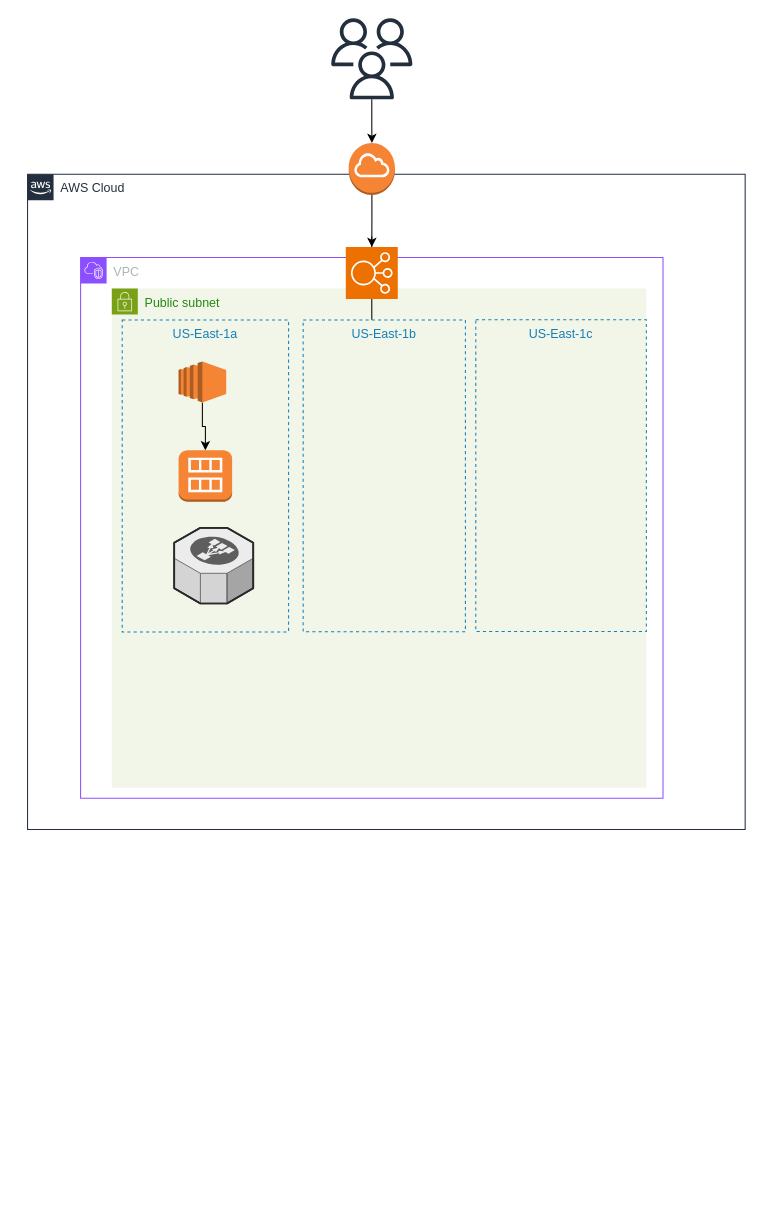
The draw.io diagram Untitled Diagram.drawio in LauraMurr/Devops_assignment1, before the edit. Source tidied: cells renumbered, new cells numbered last; positions are measured from the earlier drawing's top-left corner, leaving out a move shared by most shapes. Both pictures are drawn from the tidied source at 104%, with x=0, y=0 at pixel (27, 18).
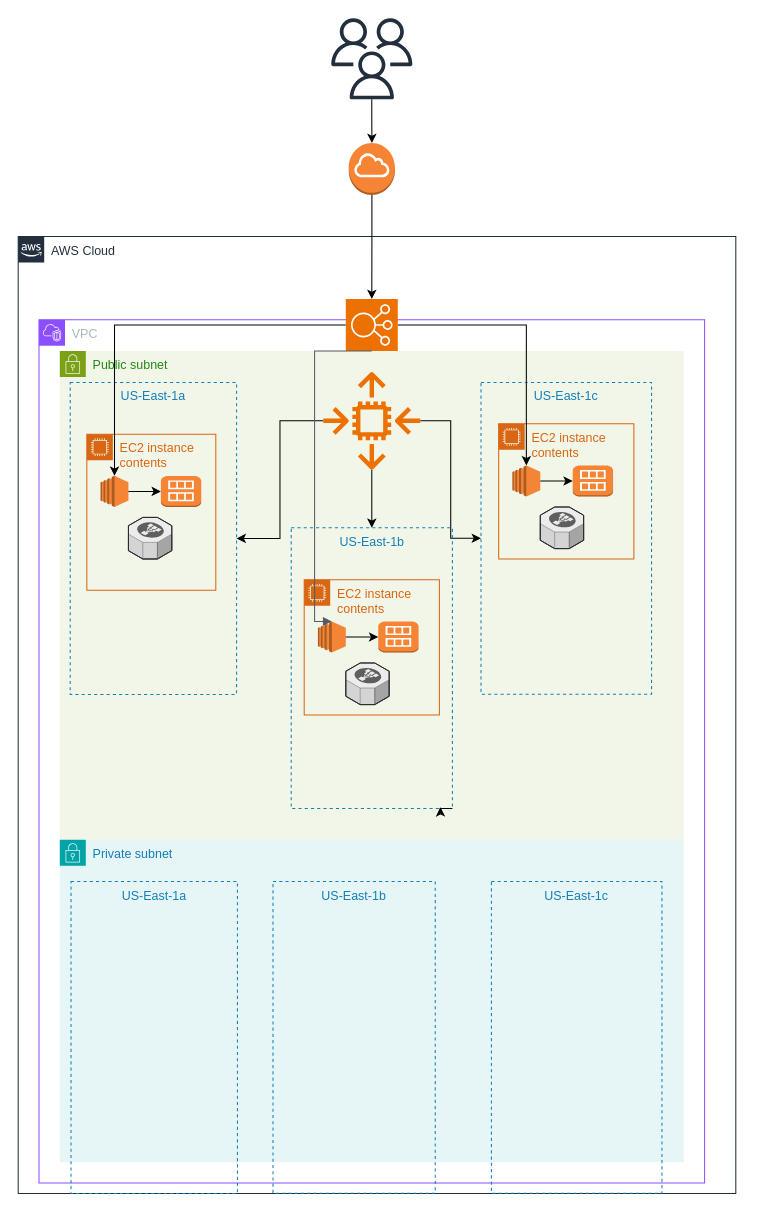
Above is the later version.

Unchanged cells that the change refers to:
```xml
<mxCell id="6" value="US-East-1a" style="fillColor=none;strokeColor=#147EBA;dashed=1;verticalAlign=top;fontStyle=0;fontColor=#147EBA;whiteSpace=wrap;html=1;" parent="4" vertex="1">
  <mxGeometry x="10" y="30.2" width="160" height="300" as="geometry" />
</mxCell>
```

What changed in the source:
```diff
@@
     <mxCell id="2" value="AWS Cloud" style="gradientColor=none;html=1;whiteSpace=wrap;fontSize=12;fontStyle=0;shape=mxgraph.aws4.group;grIcon=mxgraph.aws4.group_aws_cloud_alt;strokeColor=#232F3E;fillColor=none;verticalAlign=top;align=left;spacingLeft=30;fontColor=#232F3E;dashed=0;" parent="1" vertex="1">
-      <mxGeometry y="150" width="690" height="630" as="geometry" />
+      <mxGeometry x="-9" y="210" width="690" height="920" as="geometry" />
     </mxCell>
     <mxCell id="3" value="VPC" style="points=[[0,0],[0.25,0],[0.5,0],[0.75,0],[1,0],[1,0.25],[1,0.5],[1,0.75],[1,1],[0.75,1],[0.5,1],[0.25,1],[0,1],[0,0.75],[0,0.5],[0,0.25]];outlineConnect=0;gradientColor=none;html=1;whiteSpace=wrap;fontSize=12;fontStyle=0;shape=mxgraph.aws4.group;grIcon=mxgraph.aws4.group_vpc2;strokeColor=#8C4FFF;fillColor=none;verticalAlign=top;align=left;spacingLeft=30;fontColor=#AAB7B8;dashed=0;" parent="2" vertex="1">
-      <mxGeometry x="51" y="80" width="560" height="520" as="geometry" />
+      <mxGeometry x="20" y="80" width="640" height="830" as="geometry" />
     </mxCell>
     <mxCell id="4" value="Public subnet" style="points=[[0,0],[0.25,0],[0.5,0],[0.75,0],[1,0],[1,0.25],[1,0.5],[1,0.75],[1,1],[0.75,1],[0.5,1],[0.25,1],[0,1],[0,0.75],[0,0.5],[0,0.25]];outlineConnect=0;gradientColor=none;html=1;whiteSpace=wrap;fontSize=12;fontStyle=0;shape=mxgraph.aws4.group;grIcon=mxgraph.aws4.group_security_group;grStroke=0;strokeColor=#7AA116;fillColor=#F2F6E8;verticalAlign=top;align=left;spacingLeft=30;fontColor=#248814;dashed=0;" parent="3" vertex="1">
-      <mxGeometry x="30" y="30" width="514" height="480" as="geometry" />
+      <mxGeometry x="20" y="30" width="600" height="470" as="geometry" />
     </mxCell>
-    <mxCell id="5" value="US-East-1b" style="fillColor=none;strokeColor=#147EBA;dashed=1;verticalAlign=top;fontStyle=0;fontColor=#147EBA;whiteSpace=wrap;html=1;" parent="4" vertex="1">
-      <mxGeometry x="184" y="30.2" width="156" height="299.8" as="geometry" />
-    </mxCell>
@@
     <mxCell id="7" value="US-East-1c" style="fillColor=none;strokeColor=#147EBA;dashed=1;verticalAlign=top;fontStyle=0;fontColor=#147EBA;whiteSpace=wrap;html=1;" parent="4" vertex="1">
-      <mxGeometry x="350" y="30" width="164" height="299.8" as="geometry" />
+      <mxGeometry x="405" y="30.2" width="164" height="299.8" as="geometry" />
     </mxCell>
+    <mxCell id="18" value="EC2 instance contents" style="gradientColor=none;html=1;whiteSpace=wrap;fontSize=12;fontStyle=0;shape=mxgraph.aws4.group;grIcon=mxgraph.aws4.group_ec2_instance_contents;strokeColor=#D86613;fillColor=none;verticalAlign=top;align=left;spacingLeft=30;fontColor=#D86613;dashed=0;" parent="4" vertex="1">
+      <mxGeometry x="26" y="80" width="124" height="150" as="geometry" />
+    </mxCell>
+    <mxCell id="10" style="outlineConnect=0;dashed=0;verticalLabelPosition=bottom;verticalAlign=top;align=center;html=1;shape=mxgraph.aws3.ec2;fillColor=#F58534;gradientColor=none;" parent="18" vertex="1">
+      <mxGeometry x="13.2" y="40" width="26.8" height="30" as="geometry" />
+    </mxCell>
-    <mxCell id="8" style="outlineConnect=0;dashed=0;verticalLabelPosition=bottom;verticalAlign=top;align=center;html=1;shape=mxgraph.aws3.ami;fillColor=#F58534;gradientColor=none;" parent="4" vertex="1">
-      <mxGeometry x="64.2" y="155.5" width="51.5" height="49.5" as="geometry" />
+    <mxCell id="8" style="outlineConnect=0;dashed=0;verticalLabelPosition=bottom;verticalAlign=top;align=center;html=1;shape=mxgraph.aws3.ami;fillColor=#F58534;gradientColor=none;" parent="18" vertex="1">
+      <mxGeometry x="71.2" y="40.2" width="38.8" height="29.8" as="geometry" />
     </mxCell>
-    <mxCell id="9" style="edgeStyle=orthogonalEdgeStyle;rounded=0;jettySize=auto;html=1;" parent="4" edge="1" source="10" target="8">
+    <mxCell id="9" style="edgeStyle=orthogonalEdgeStyle;rounded=0;jettySize=auto;html=1;" parent="18" edge="1" source="10" target="8">
       <mxGeometry relative="1" as="geometry" />
     </mxCell>
-    <mxCell id="10" style="outlineConnect=0;dashed=0;verticalLabelPosition=bottom;verticalAlign=top;align=center;html=1;shape=mxgraph.aws3.ec2;fillColor=#F58534;gradientColor=none;" parent="4" vertex="1">
-      <mxGeometry x="64.2" y="70" width="45.8" height="39.5" as="geometry" />
-    </mxCell>
-    <mxCell id="11" style="verticalLabelPosition=bottom;html=1;verticalAlign=top;strokeWidth=1;align=center;dashed=0;shape=mxgraph.aws3d.elasticLoadBalancing;fillColor=#ECECEC;strokeColor=#5E5E5E;" parent="4" vertex="1">
-      <mxGeometry x="60" y="230" width="76" height="72.8" as="geometry" />
+    <mxCell id="11" style="verticalLabelPosition=bottom;html=1;verticalAlign=top;strokeWidth=1;align=center;dashed=0;shape=mxgraph.aws3d.elasticLoadBalancing;fillColor=#ECECEC;strokeColor=#5E5E5E;" parent="18" vertex="1">
+      <mxGeometry x="40" y="80" width="41.7" height="40" as="geometry" />
     </mxCell>
-    <mxCell id="12" style="edgeStyle=orthogonalEdgeStyle;rounded=0;jettySize=auto;html=1;" parent="1" edge="1" source="17" target="3">
-      <mxGeometry relative="1" as="geometry" />
-    </mxCell>
+    <mxCell id="19" value="EC2 instance contents" style="gradientColor=none;html=1;whiteSpace=wrap;fontSize=12;fontStyle=0;shape=mxgraph.aws4.group;grIcon=mxgraph.aws4.group_ec2_instance_contents;strokeColor=#D86613;fillColor=none;verticalAlign=top;align=left;spacingLeft=30;fontColor=#D86613;dashed=0;" parent="4" vertex="1">
+      <mxGeometry x="422" y="70" width="130" height="130" as="geometry" />
+    </mxCell>
+    <mxCell id="20" style="outlineConnect=0;dashed=0;verticalLabelPosition=bottom;verticalAlign=top;align=center;html=1;shape=mxgraph.aws3.ec2;fillColor=#F58534;gradientColor=none;" parent="19" vertex="1">
+      <mxGeometry x="13.2" y="40" width="26.8" height="30" as="geometry" />
+    </mxCell>
+    <mxCell id="21" style="outlineConnect=0;dashed=0;verticalLabelPosition=bottom;verticalAlign=top;align=center;html=1;shape=mxgraph.aws3.ami;fillColor=#F58534;gradientColor=none;" parent="19" vertex="1">
+      <mxGeometry x="71.2" y="40.2" width="38.8" height="29.8" as="geometry" />
+    </mxCell>
+    <mxCell id="22" style="edgeStyle=orthogonalEdgeStyle;rounded=0;jettySize=auto;html=1;" parent="19" edge="1" source="20" target="21">
+      <mxGeometry relative="1" as="geometry" />
+    </mxCell>
+    <mxCell id="23" style="verticalLabelPosition=bottom;html=1;verticalAlign=top;strokeWidth=1;align=center;dashed=0;shape=mxgraph.aws3d.elasticLoadBalancing;fillColor=#ECECEC;strokeColor=#5E5E5E;" parent="19" vertex="1">
+      <mxGeometry x="40" y="80" width="41.7" height="40" as="geometry" />
+    </mxCell>
+    <mxCell id="24" style="edgeStyle=orthogonalEdgeStyle;rounded=0;jettySize=auto;html=1;" parent="4" edge="1" source="27" target="6">
+      <mxGeometry relative="1" as="geometry" />
+    </mxCell>
+    <mxCell id="25" style="edgeStyle=orthogonalEdgeStyle;rounded=0;jettySize=auto;html=1;" parent="4" edge="1" source="27" target="7">
+      <mxGeometry relative="1" as="geometry" />
+    </mxCell>
+    <mxCell id="26" style="edgeStyle=orthogonalEdgeStyle;rounded=0;jettySize=auto;html=1;" parent="4" edge="1" source="27" target="5">
+      <mxGeometry relative="1" as="geometry" />
+    </mxCell>
+    <mxCell id="27" style="sketch=0;outlineConnect=0;fontColor=#232F3E;gradientColor=none;fillColor=#ED7100;strokeColor=none;dashed=0;verticalLabelPosition=bottom;verticalAlign=top;align=center;html=1;fontSize=12;fontStyle=0;shape=mxgraph.aws4.auto_scaling2;" parent="4" vertex="1">
+      <mxGeometry x="253" y="20" width="94" height="94" as="geometry" />
+    </mxCell>
+    <mxCell id="5" value="US-East-1b" style="fillColor=none;strokeColor=#147EBA;dashed=1;verticalAlign=top;fontStyle=0;fontColor=#147EBA;whiteSpace=wrap;html=1;" parent="4" vertex="1">
+      <mxGeometry x="222.5" y="170" width="155" height="270" as="geometry" />
+    </mxCell>
+    <mxCell id="28" style="edgeStyle=orthogonalEdgeStyle;rounded=0;orthogonalLoop=1;jettySize=auto;html=1;exitX=1;exitY=1;exitDx=0;exitDy=0;entryX=0.925;entryY=0.995;entryDx=0;entryDy=0;entryPerimeter=0;" parent="4" edge="1" source="5" target="5">
+      <mxGeometry relative="1" as="geometry" />
+    </mxCell>
+    <mxCell id="29" value="EC2 instance contents" style="gradientColor=none;html=1;whiteSpace=wrap;fontSize=12;fontStyle=0;shape=mxgraph.aws4.group;grIcon=mxgraph.aws4.group_ec2_instance_contents;strokeColor=#D86613;fillColor=none;verticalAlign=top;align=left;spacingLeft=30;fontColor=#D86613;dashed=0;" parent="4" vertex="1">
+      <mxGeometry x="235" y="220" width="130" height="130" as="geometry" />
+    </mxCell>
+    <mxCell id="30" style="outlineConnect=0;dashed=0;verticalLabelPosition=bottom;verticalAlign=top;align=center;html=1;shape=mxgraph.aws3.ec2;fillColor=#F58534;gradientColor=none;" parent="29" vertex="1">
+      <mxGeometry x="13.2" y="40" width="26.8" height="30" as="geometry" />
+    </mxCell>
+    <mxCell id="31" style="outlineConnect=0;dashed=0;verticalLabelPosition=bottom;verticalAlign=top;align=center;html=1;shape=mxgraph.aws3.ami;fillColor=#F58534;gradientColor=none;" parent="29" vertex="1">
+      <mxGeometry x="71.2" y="40.2" width="38.8" height="29.8" as="geometry" />
+    </mxCell>
+    <mxCell id="32" style="edgeStyle=orthogonalEdgeStyle;rounded=0;jettySize=auto;html=1;" parent="29" edge="1" source="30" target="31">
+      <mxGeometry relative="1" as="geometry" />
+    </mxCell>
+    <mxCell id="33" style="verticalLabelPosition=bottom;html=1;verticalAlign=top;strokeWidth=1;align=center;dashed=0;shape=mxgraph.aws3d.elasticLoadBalancing;fillColor=#ECECEC;strokeColor=#5E5E5E;" parent="29" vertex="1">
+      <mxGeometry x="40" y="80" width="41.7" height="40" as="geometry" />
+    </mxCell>
+    <mxCell id="34" style="edgeStyle=orthogonalEdgeStyle;rounded=0;jettySize=auto;html=1;entryX=0.5;entryY=0;entryDx=0;entryDy=0;entryPerimeter=0;" parent="3" edge="1" source="17" target="10">
+      <mxGeometry relative="1" as="geometry" />
+    </mxCell>
+    <mxCell id="35" style="edgeStyle=orthogonalEdgeStyle;rounded=0;jettySize=auto;html=1;entryX=0.5;entryY=0;entryDx=0;entryDy=0;entryPerimeter=0;" parent="3" edge="1" source="17" target="20">
+      <mxGeometry relative="1" as="geometry">
+        <Array as="points">
+          <mxPoint x="469" y="5" />
+        </Array>
+      </mxGeometry>
+    </mxCell>
+    <mxCell id="36" style="edgeStyle=orthogonalEdgeStyle;rounded=0;jettySize=auto;html=1;" parent="3" edge="1" source="17" target="4">
+      <mxGeometry relative="1" as="geometry">
+        <Array as="points">
+          <mxPoint x="285" y="60" />
+          <mxPoint x="285" y="60" />
+        </Array>
+      </mxGeometry>
+    </mxCell>
+    <mxCell id="17" style="sketch=0;points=[[0,0,0],[0.25,0,0],[0.5,0,0],[0.75,0,0],[1,0,0],[0,1,0],[0.25,1,0],[0.5,1,0],[0.75,1,0],[1,1,0],[0,0.25,0],[0,0.5,0],[0,0.75,0],[1,0.25,0],[1,0.5,0],[1,0.75,0]];outlineConnect=0;fontColor=#232F3E;fillColor=#ED7100;strokeColor=#ffffff;dashed=0;verticalLabelPosition=bottom;verticalAlign=top;align=center;html=1;fontSize=12;fontStyle=0;shape=mxgraph.aws4.resourceIcon;resIcon=mxgraph.aws4.elastic_load_balancing;" parent="3" vertex="1">
+      <mxGeometry x="295" y="-20" width="50" height="50" as="geometry" />
+    </mxCell>
+    <mxCell id="37" value="Private subnet" style="gradientColor=none;html=1;whiteSpace=wrap;fontSize=12;fontStyle=0;shape=mxgraph.aws4.group;grIcon=mxgraph.aws4.group_security_group;grStroke=0;strokeColor=#00A4A6;fillColor=#E6F6F7;verticalAlign=top;align=left;spacingLeft=30;fontColor=#147EBA;dashed=0;" parent="3" vertex="1">
+      <mxGeometry x="20" y="500" width="600" height="310" as="geometry" />
+    </mxCell>
+    <mxCell id="38" value="US-East-1a" style="fillColor=none;strokeColor=#147EBA;dashed=1;verticalAlign=top;fontStyle=0;fontColor=#147EBA;whiteSpace=wrap;html=1;" parent="37" vertex="1">
+      <mxGeometry x="10.8" y="40" width="160" height="300" as="geometry" />
+    </mxCell>
+    <mxCell id="39" value="US-East-1b" style="fillColor=none;strokeColor=#147EBA;dashed=1;verticalAlign=top;fontStyle=0;fontColor=#147EBA;whiteSpace=wrap;html=1;" parent="37" vertex="1">
+      <mxGeometry x="205" y="40" width="156" height="299.8" as="geometry" />
+    </mxCell>
+    <mxCell id="40" value="US-East-1c" style="fillColor=none;strokeColor=#147EBA;dashed=1;verticalAlign=top;fontStyle=0;fontColor=#147EBA;whiteSpace=wrap;html=1;" parent="37" vertex="1">
+      <mxGeometry x="415" y="40" width="164" height="299.8" as="geometry" />
+    </mxCell>
+    <mxCell id="41" style="edgeStyle=orthogonalEdgeStyle;html=1;endArrow=none;elbow=vertical;startArrow=block;startFill=1;strokeColor=#545B64;rounded=0;entryX=0.5;entryY=1;entryDx=0;entryDy=0;entryPerimeter=0;exitX=0.5;exitY=0;exitDx=0;exitDy=0;exitPerimeter=0;" parent="3" edge="1" source="30" target="17">
+      <mxGeometry relative="1" as="geometry">
+        <Array as="points">
+          <mxPoint x="265" y="290" />
+          <mxPoint x="265" y="30" />
+        </Array>
+      </mxGeometry>
+    </mxCell>
@@
-    <mxCell id="17" style="sketch=0;points=[[0,0,0],[0.25,0,0],[0.5,0,0],[0.75,0,0],[1,0,0],[0,1,0],[0.25,1,0],[0.5,1,0],[0.75,1,0],[1,1,0],[0,0.25,0],[0,0.5,0],[0,0.75,0],[1,0.25,0],[1,0.5,0],[1,0.75,0]];outlineConnect=0;fontColor=#232F3E;fillColor=#ED7100;strokeColor=#ffffff;dashed=0;verticalLabelPosition=bottom;verticalAlign=top;align=center;html=1;fontSize=12;fontStyle=0;shape=mxgraph.aws4.resourceIcon;resIcon=mxgraph.aws4.elastic_load_balancing;" parent="1" vertex="1">
-      <mxGeometry x="306" y="220" width="50" height="50" as="geometry" />
-    </mxCell>
```
